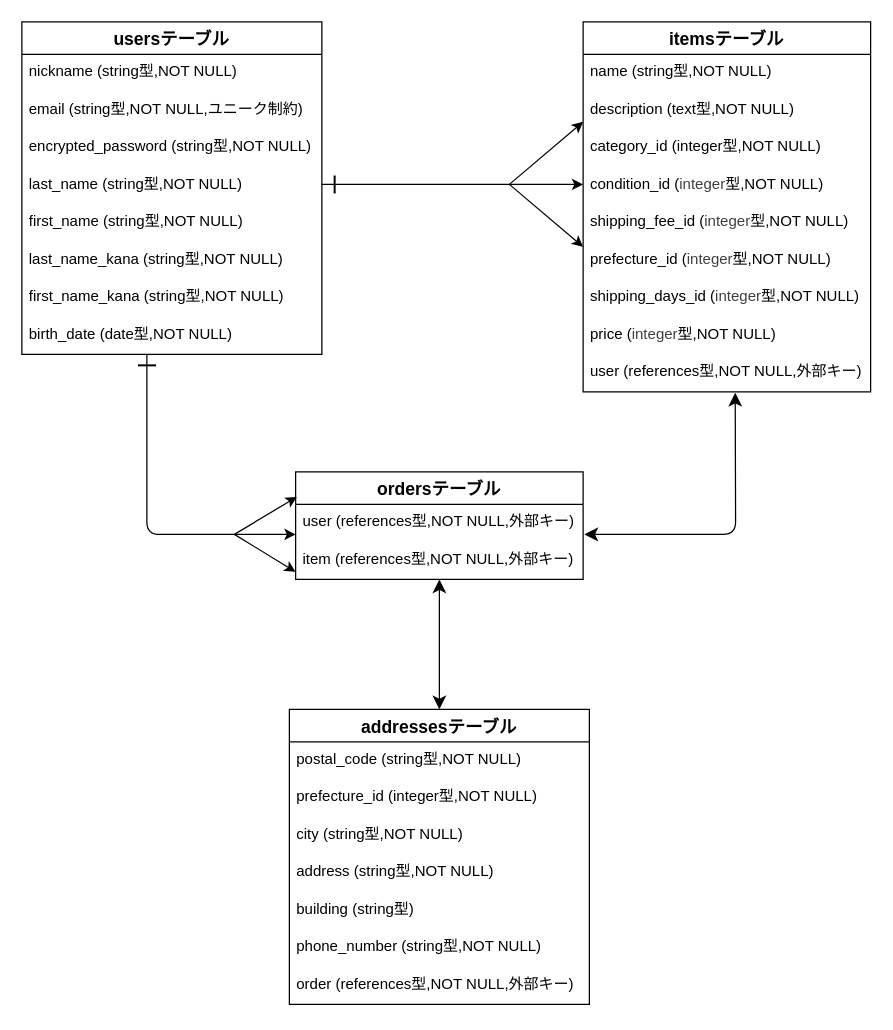
Above: er.dio in r18911/furima-42056 (draw.io), before the change. Source tidied: cells renumbered, new cells numbered last; positions are measured from the earlier drawing's top-left corner, leaving out a move shared by most shapes. Both pictures are drawn from the tidied source at 125%, with x=0, y=0 at pixel (21, 21).
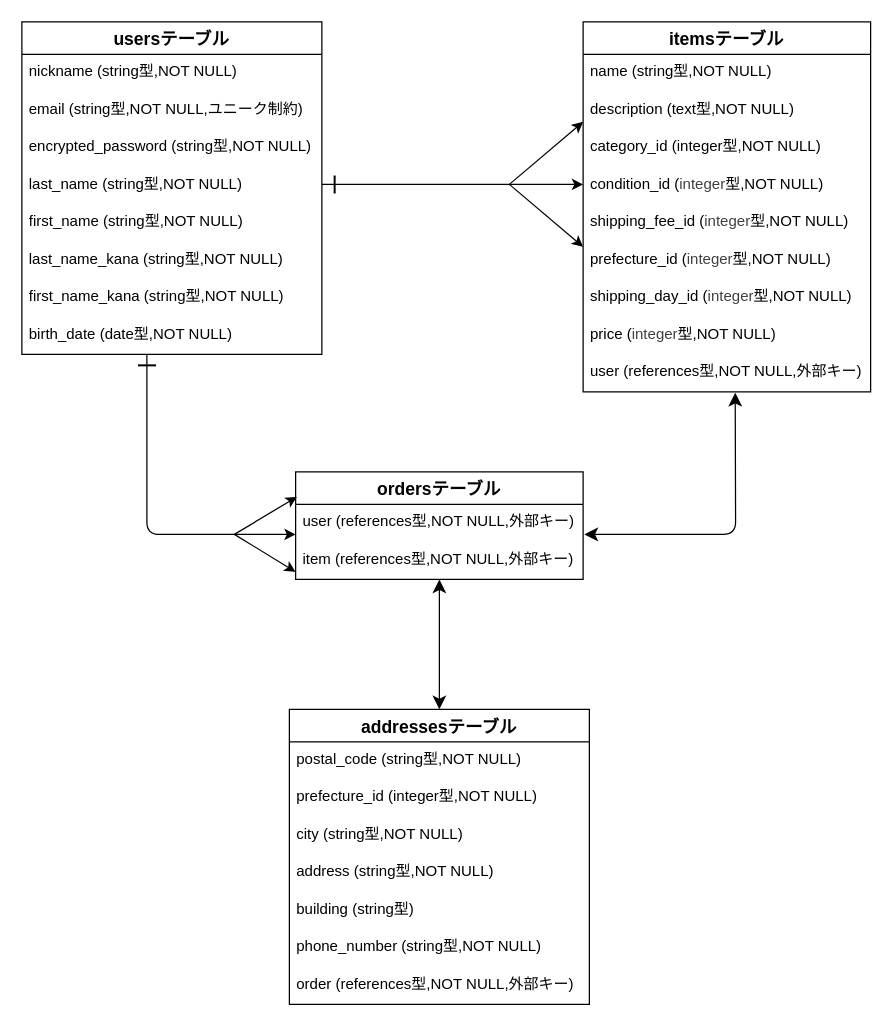
The same diagram, later.

Commit message (it also covers changes not shown here):
Active_Hashのカラム単数系に修正

The change refers to these unchanged cells:
```xml
<mxCell id="14" value="itemsテーブル" style="swimlane;fontStyle=1;horizontal=1;startSize=26;align=center;fontSize=14;" parent="1" vertex="1">
  <mxGeometry x="449" width="230" height="296" as="geometry" />
</mxCell>
```

The edit, as a diff of the source:
```diff
@@
-    <mxCell id="21" value="&lt;span style=&quot;color: rgb(0, 0, 0);&quot;&gt;&lt;span style=&quot;background-color: transparent;&quot;&gt;shipping_days_id&lt;/span&gt;&amp;nbsp;(&lt;/span&gt;&lt;span style=&quot;scrollbar-color: light-dark(#e2e2e2, #4b4b4b)&lt;br/&gt;&#9;&#9;&#9;&#9;&#9;light-dark(#fbfbfb, var(--dark-panel-color)); color: rgb(63, 63, 63);&quot;&gt;integer&lt;/span&gt;&lt;span style=&quot;color: rgb(0, 0, 0);&quot;&gt;型,NOT NULL)&lt;/span&gt;" style="text;strokeColor=none;fillColor=none;spacingLeft=4;spacingRight=4;overflow=hidden;fontSize=12;whiteSpace=wrap;html=1;" parent="14" vertex="1">
+    <mxCell id="21" value="&lt;span style=&quot;color: rgb(0, 0, 0);&quot;&gt;&lt;span style=&quot;background-color: transparent;&quot;&gt;shipping_day_id&lt;/span&gt;&amp;nbsp;(&lt;/span&gt;&lt;span style=&quot;scrollbar-color: light-dark(#e2e2e2, #4b4b4b)&lt;br/&gt;&#9;&#9;&#9;&#9;&#9;light-dark(#fbfbfb, var(--dark-panel-color)); color: rgb(63, 63, 63);&quot;&gt;integer&lt;/span&gt;&lt;span style=&quot;color: rgb(0, 0, 0);&quot;&gt;型,NOT NULL)&lt;/span&gt;" style="text;strokeColor=none;fillColor=none;spacingLeft=4;spacingRight=4;overflow=hidden;fontSize=12;whiteSpace=wrap;html=1;" parent="14" vertex="1">
       <mxGeometry y="206" width="230" height="30" as="geometry" />
     </mxCell>
```
